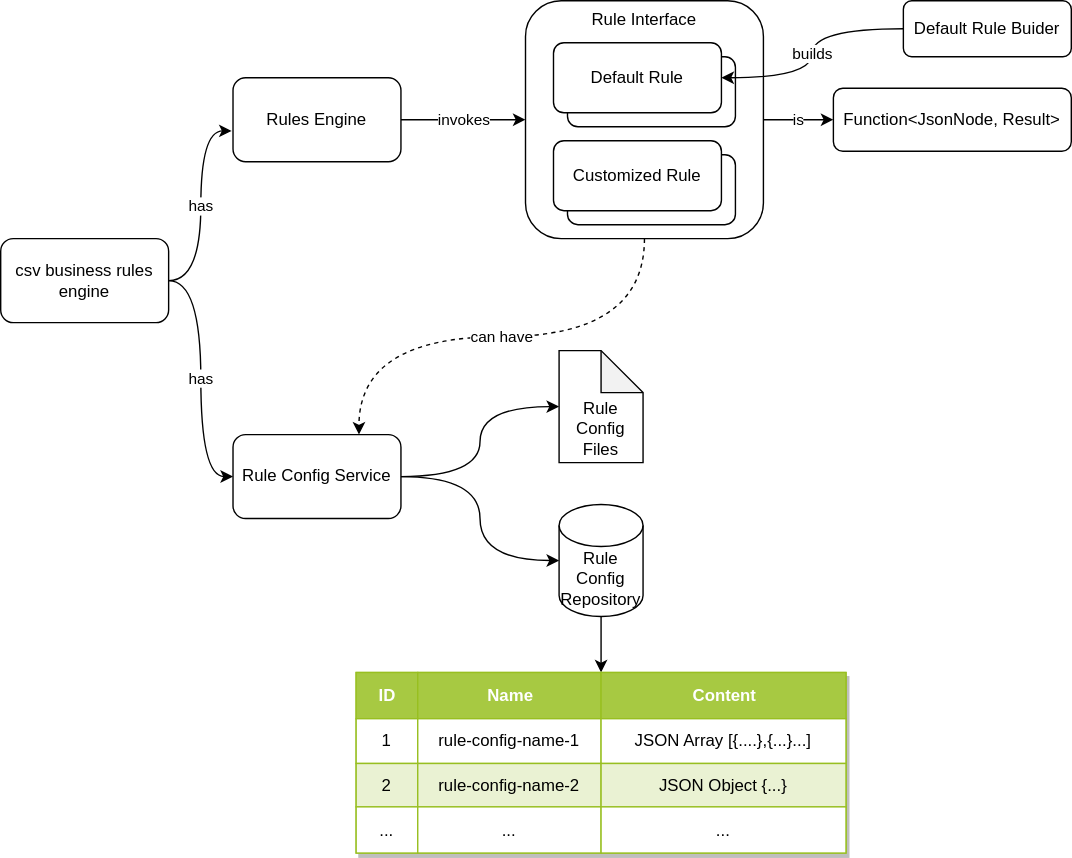
The draw.io diagram csv-business-rules-engine.drawio.svg in colinzhu/business-rule-engine, before a commit. Source tidied: cells renumbered, new cells last; positions are measured from the earlier drawing's top-left corner, leaving out a move shared by most shapes.
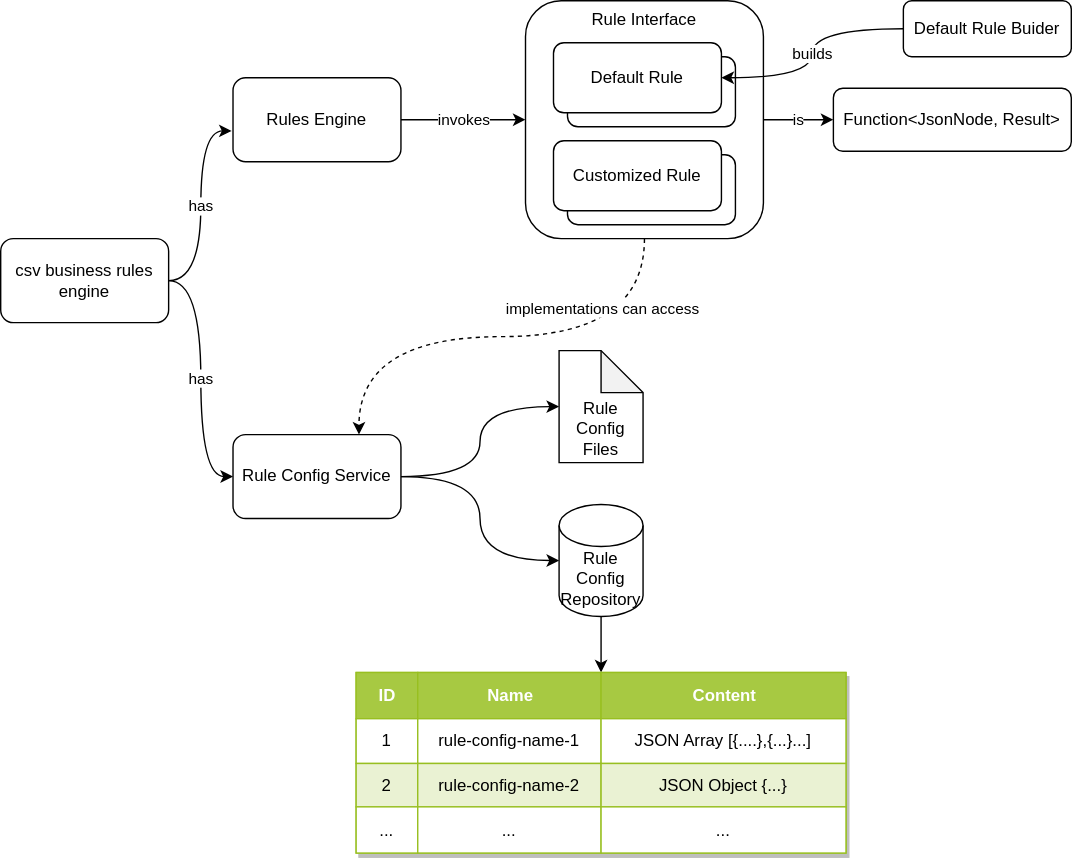
Later version of the same file.

Diff of the diagram source:
```diff
@@ -92,8 +92,8 @@
     <mxCell id="31" value="is" style="edgeStyle=orthogonalEdgeStyle;curved=1;rounded=0;jettySize=auto;html=1;entryX=0;entryY=0.5;entryDx=0;entryDy=0;exitX=1;exitY=0.5;exitDx=0;exitDy=0;" parent="1" edge="1" source="33" target="41">
       <mxGeometry relative="1" as="geometry" />
     </mxCell>
-    <mxCell id="32" value="can have" style="edgeStyle=orthogonalEdgeStyle;curved=1;rounded=0;jettySize=auto;html=1;entryX=0.75;entryY=0;entryDx=0;entryDy=0;dashed=1;exitX=0.5;exitY=1;exitDx=0;exitDy=0;" parent="1" edge="1" source="33" target="11">
-      <mxGeometry relative="1" as="geometry" />
+    <mxCell id="32" value="implementations can access" style="edgeStyle=orthogonalEdgeStyle;curved=1;rounded=0;jettySize=auto;html=1;entryX=0.75;entryY=0;entryDx=0;entryDy=0;dashed=1;exitX=0.5;exitY=1;exitDx=0;exitDy=0;" parent="1" edge="1" source="33" target="11">
+      <mxGeometry x="-0.42" y="-20" relative="1" as="geometry" />
     </mxCell>
     <mxCell id="33" value="Rule Interface" style="rounded=1;whiteSpace=wrap;html=1;verticalAlign=top;" parent="1" vertex="1">
       <mxGeometry x="375" width="170" height="170" as="geometry" />
```
